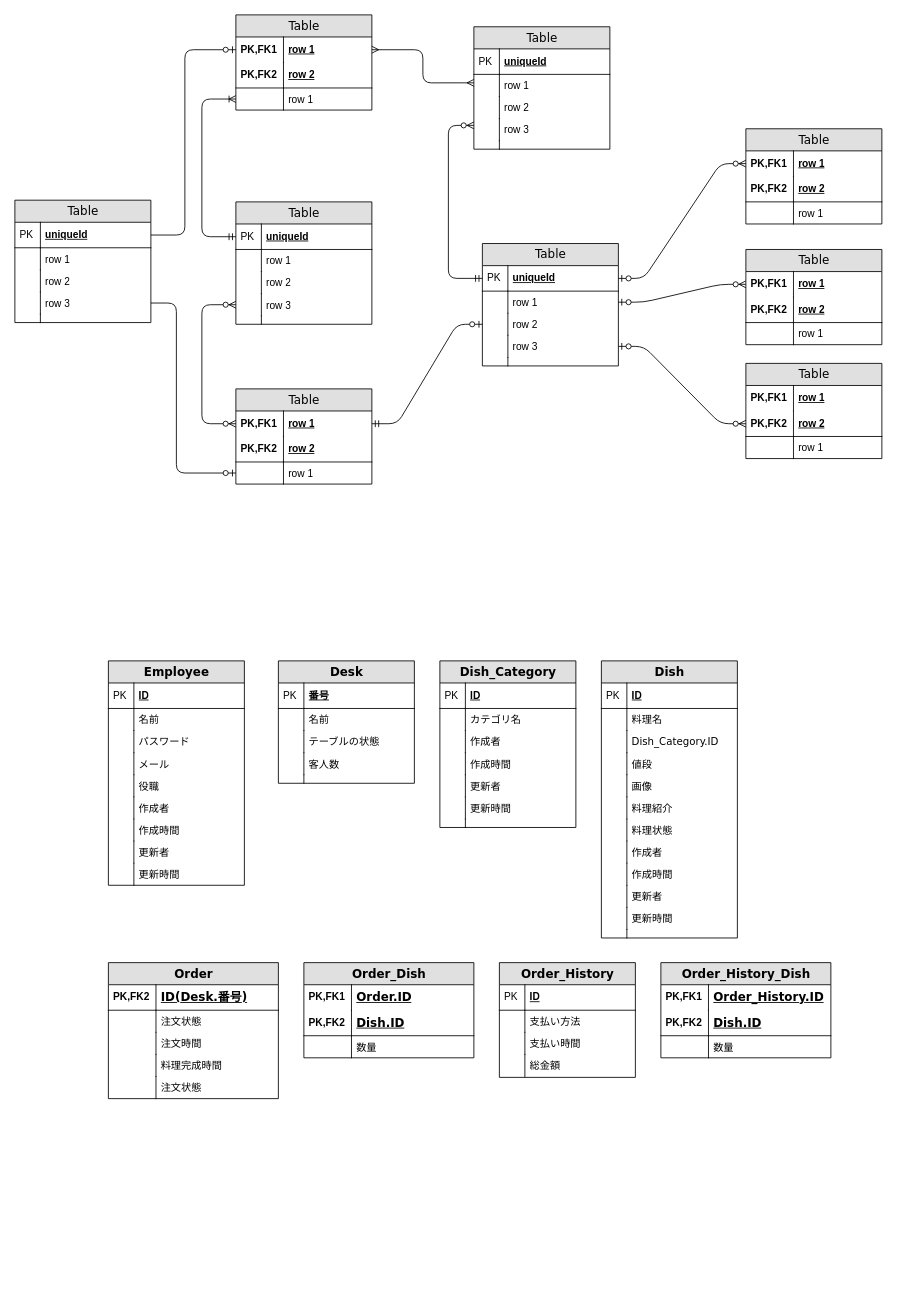
Earlier version of the draw.io diagram 就職作品/データベース設計.drawio (aggujhh/my_draws). Source tidied: cells renumbered, new cells numbered last; positions are measured from the earlier drawing's top-left corner, leaving out a move shared by most shapes. Both pictures are drawn from the tidied source at 85%, with x=0, y=0 at pixel (14, 14).
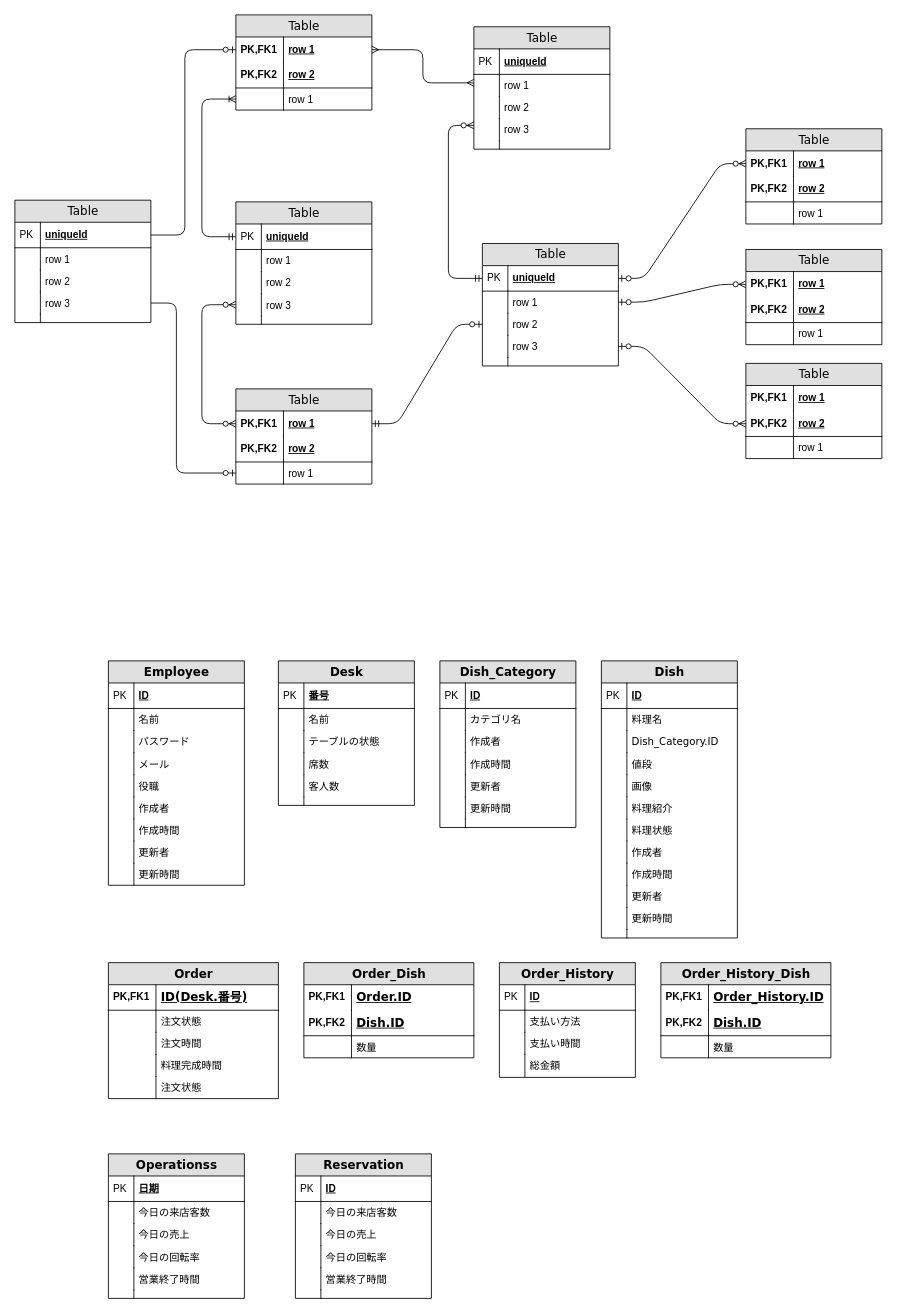
The same diagram, later.

Commit message (it also covers changes not shown here):
更新データベース設計.drawio

The change refers to these unchanged cells:
```xml
<mxCell id="169" value="&lt;b style=&quot;text-wrap-mode: nowrap; font-family: Verdana; font-size: 14px; text-align: center;&quot;&gt;ID(&lt;/b&gt;&lt;b style=&quot;text-wrap-mode: nowrap; font-family: Verdana; font-size: 14px; text-align: center;&quot;&gt;Desk.番号&lt;/b&gt;&lt;b style=&quot;text-wrap-mode: nowrap; font-family: Verdana; font-size: 14px; text-align: center;&quot;&gt;)&lt;/b&gt;" style="shape=partialRectangle;top=0;left=0;right=0;bottom=1;html=1;align=left;verticalAlign=middle;fillColor=none;spacingLeft=60;spacingRight=4;whiteSpace=wrap;overflow=hidden;fontStyle=5;strokeColor=default;" parent="168" vertex="1">
  <mxGeometry y="26" width="200" height="30" as="geometry" />
</mxCell>
```

The edit, as a diff of the source:
```diff
@@
     <mxCell id="110" value="&lt;b&gt;Desk&lt;/b&gt;" style="swimlane;html=1;fontStyle=0;horizontal=1;startSize=26;fillColor=#e0e0e0;swimlaneFillColor=#ffffff;align=center;rounded=0;shadow=0;comic=0;labelBackgroundColor=none;strokeWidth=1;fontFamily=Verdana;fontSize=14;" parent="1" vertex="1">
-      <mxGeometry x="310" y="760" width="160" height="144" as="geometry" />
+      <mxGeometry x="310" y="760" width="160" height="170" as="geometry" />
     </mxCell>
@@
+    <mxCell id="195" value="席数" style="shape=partialRectangle;top=0;left=0;right=0;bottom=0;html=1;align=left;verticalAlign=top;fillColor=none;spacingLeft=34;spacingRight=4;whiteSpace=wrap;overflow=hidden;" parent="110" vertex="1">
+      <mxGeometry y="108" width="160" height="26" as="geometry" />
+    </mxCell>
+    <mxCell id="196" style="shape=partialRectangle;top=0;left=0;bottom=0;html=1;fillColor=none;align=left;verticalAlign=top;spacingLeft=4;spacingRight=4;whiteSpace=wrap;overflow=hidden;" parent="195" vertex="1">
+      <mxGeometry width="30" height="26" as="geometry" />
+    </mxCell>
     <mxCell id="117" value="客人数" style="shape=partialRectangle;top=0;left=0;right=0;bottom=0;html=1;align=left;verticalAlign=top;fillColor=none;spacingLeft=34;spacingRight=4;whiteSpace=wrap;overflow=hidden;" parent="110" vertex="1">
-      <mxGeometry y="108" width="160" height="26" as="geometry" />
+      <mxGeometry y="134" width="160" height="26" as="geometry" />
     </mxCell>
@@
     <mxCell id="119" style="shape=partialRectangle;top=0;left=0;right=0;bottom=0;html=1;align=left;verticalAlign=top;fillColor=none;spacingLeft=34;spacingRight=4;whiteSpace=wrap;overflow=hidden;" parent="110" vertex="1">
-      <mxGeometry y="134" width="160" height="10" as="geometry" />
+      <mxGeometry y="160" width="160" height="10" as="geometry" />
     </mxCell>
@@
-    <mxCell id="170" value="PK,FK2" style="shape=partialRectangle;fontStyle=1;top=0;left=0;bottom=0;html=1;fillColor=none;align=left;verticalAlign=middle;spacingLeft=4;spacingRight=4;whiteSpace=wrap;overflow=hidden;" parent="169" vertex="1">
+    <mxCell id="170" value="PK,FK1" style="shape=partialRectangle;fontStyle=1;top=0;left=0;bottom=0;html=1;fillColor=none;align=left;verticalAlign=middle;spacingLeft=4;spacingRight=4;whiteSpace=wrap;overflow=hidden;" parent="169" vertex="1">
       <mxGeometry width="56" height="30" as="geometry" />
     </mxCell>
@@
+    <mxCell id="197" value="&lt;b&gt;Operationss&lt;/b&gt;" style="swimlane;html=1;fontStyle=0;horizontal=1;startSize=26;fillColor=#e0e0e0;swimlaneFillColor=#ffffff;align=center;rounded=0;shadow=0;comic=0;labelBackgroundColor=none;strokeWidth=1;fontFamily=Verdana;fontSize=14;" parent="1" vertex="1">
+      <mxGeometry x="110" y="1340" width="160" height="170" as="geometry" />
+    </mxCell>
+    <mxCell id="198" value="日期" style="shape=partialRectangle;top=0;left=0;right=0;bottom=1;html=1;align=left;verticalAlign=middle;fillColor=none;spacingLeft=34;spacingRight=4;whiteSpace=wrap;overflow=hidden;fontStyle=5;" parent="197" vertex="1">
+      <mxGeometry y="26" width="160" height="30" as="geometry" />
+    </mxCell>
+    <mxCell id="199" value="PK" style="shape=partialRectangle;top=0;left=0;bottom=0;html=1;fillColor=none;align=left;verticalAlign=middle;spacingLeft=4;spacingRight=4;whiteSpace=wrap;overflow=hidden;" parent="198" vertex="1">
+      <mxGeometry width="30" height="30" as="geometry" />
+    </mxCell>
+    <mxCell id="200" value="&lt;span&gt;&lt;/span&gt;&lt;span&gt;&lt;/span&gt;&lt;span style=&quot;white-space-collapse: preserve;&quot;&gt;今日の来店客数&lt;/span&gt;" style="shape=partialRectangle;top=0;left=0;right=0;bottom=0;html=1;align=left;verticalAlign=top;fillColor=none;spacingLeft=34;spacingRight=4;whiteSpace=wrap;overflow=hidden;" parent="197" vertex="1">
+      <mxGeometry y="56" width="160" height="26" as="geometry" />
+    </mxCell>
+    <mxCell id="201" style="shape=partialRectangle;top=0;left=0;bottom=0;html=1;fillColor=none;align=left;verticalAlign=top;spacingLeft=4;spacingRight=4;whiteSpace=wrap;overflow=hidden;" parent="200" vertex="1">
+      <mxGeometry width="30" height="26" as="geometry" />
+    </mxCell>
+    <mxCell id="202" value="&lt;span&gt;&lt;/span&gt;&lt;span&gt;&lt;/span&gt;&lt;span style=&quot;white-space-collapse: preserve;&quot;&gt;今日の売上&lt;/span&gt;" style="shape=partialRectangle;top=0;left=0;right=0;bottom=0;html=1;align=left;verticalAlign=top;fillColor=none;spacingLeft=34;spacingRight=4;whiteSpace=wrap;overflow=hidden;" parent="197" vertex="1">
+      <mxGeometry y="82" width="160" height="26" as="geometry" />
+    </mxCell>
+    <mxCell id="203" style="shape=partialRectangle;top=0;left=0;bottom=0;html=1;fillColor=none;align=left;verticalAlign=top;spacingLeft=4;spacingRight=4;whiteSpace=wrap;overflow=hidden;" parent="202" vertex="1">
+      <mxGeometry width="30" height="26" as="geometry" />
+    </mxCell>
+    <mxCell id="204" value="&lt;span&gt;&lt;/span&gt;&lt;span&gt;&lt;/span&gt;&lt;span style=&quot;white-space-collapse: preserve;&quot;&gt;今日の回転率&lt;/span&gt;" style="shape=partialRectangle;top=0;left=0;right=0;bottom=0;html=1;align=left;verticalAlign=top;fillColor=none;spacingLeft=34;spacingRight=4;whiteSpace=wrap;overflow=hidden;" parent="197" vertex="1">
+      <mxGeometry y="108" width="160" height="26" as="geometry" />
+    </mxCell>
+    <mxCell id="205" style="shape=partialRectangle;top=0;left=0;bottom=0;html=1;fillColor=none;align=left;verticalAlign=top;spacingLeft=4;spacingRight=4;whiteSpace=wrap;overflow=hidden;" parent="204" vertex="1">
+      <mxGeometry width="30" height="26" as="geometry" />
+    </mxCell>
+    <mxCell id="206" value="&lt;span&gt;&lt;/span&gt;&lt;span&gt;&lt;/span&gt;&lt;span&gt;&lt;/span&gt;&lt;span style=&quot;white-space-collapse: preserve;&quot;&gt;営業終了時間&lt;/span&gt;" style="shape=partialRectangle;top=0;left=0;right=0;bottom=0;html=1;align=left;verticalAlign=top;fillColor=none;spacingLeft=34;spacingRight=4;whiteSpace=wrap;overflow=hidden;" parent="197" vertex="1">
+      <mxGeometry y="134" width="160" height="26" as="geometry" />
+    </mxCell>
+    <mxCell id="207" style="shape=partialRectangle;top=0;left=0;bottom=0;html=1;fillColor=none;align=left;verticalAlign=top;spacingLeft=4;spacingRight=4;whiteSpace=wrap;overflow=hidden;" parent="206" vertex="1">
+      <mxGeometry width="30" height="26" as="geometry" />
+    </mxCell>
+    <mxCell id="208" style="shape=partialRectangle;top=0;left=0;right=0;bottom=0;html=1;align=left;verticalAlign=top;fillColor=none;spacingLeft=34;spacingRight=4;whiteSpace=wrap;overflow=hidden;" parent="197" vertex="1">
+      <mxGeometry y="160" width="160" height="10" as="geometry" />
+    </mxCell>
+    <mxCell id="209" style="shape=partialRectangle;top=0;left=0;bottom=0;html=1;fillColor=none;align=left;verticalAlign=top;spacingLeft=4;spacingRight=4;whiteSpace=wrap;overflow=hidden;" parent="208" vertex="1">
+      <mxGeometry width="30" height="10" as="geometry" />
+    </mxCell>
+    <mxCell id="210" value="&lt;b&gt;Reservation&lt;/b&gt;" style="swimlane;html=1;fontStyle=0;horizontal=1;startSize=26;fillColor=#e0e0e0;swimlaneFillColor=#ffffff;align=center;rounded=0;shadow=0;comic=0;labelBackgroundColor=none;strokeWidth=1;fontFamily=Verdana;fontSize=14;" parent="1" vertex="1">
+      <mxGeometry x="330" y="1340" width="160" height="170" as="geometry" />
+    </mxCell>
+    <mxCell id="211" value="ID" style="shape=partialRectangle;top=0;left=0;right=0;bottom=1;html=1;align=left;verticalAlign=middle;fillColor=none;spacingLeft=34;spacingRight=4;whiteSpace=wrap;overflow=hidden;fontStyle=5;" parent="210" vertex="1">
+      <mxGeometry y="26" width="160" height="30" as="geometry" />
+    </mxCell>
+    <mxCell id="212" value="PK" style="shape=partialRectangle;top=0;left=0;bottom=0;html=1;fillColor=none;align=left;verticalAlign=middle;spacingLeft=4;spacingRight=4;whiteSpace=wrap;overflow=hidden;" parent="211" vertex="1">
+      <mxGeometry width="30" height="30" as="geometry" />
+    </mxCell>
+    <mxCell id="213" value="&lt;span&gt;&lt;/span&gt;&lt;span&gt;&lt;/span&gt;&lt;span style=&quot;white-space-collapse: preserve;&quot;&gt;今日の来店客数&lt;/span&gt;" style="shape=partialRectangle;top=0;left=0;right=0;bottom=0;html=1;align=left;verticalAlign=top;fillColor=none;spacingLeft=34;spacingRight=4;whiteSpace=wrap;overflow=hidden;" parent="210" vertex="1">
+      <mxGeometry y="56" width="160" height="26" as="geometry" />
+    </mxCell>
+    <mxCell id="214" style="shape=partialRectangle;top=0;left=0;bottom=0;html=1;fillColor=none;align=left;verticalAlign=top;spacingLeft=4;spacingRight=4;whiteSpace=wrap;overflow=hidden;" parent="213" vertex="1">
+      <mxGeometry width="30" height="26" as="geometry" />
+    </mxCell>
+    <mxCell id="215" value="&lt;span&gt;&lt;/span&gt;&lt;span&gt;&lt;/span&gt;&lt;span style=&quot;white-space-collapse: preserve;&quot;&gt;今日の売上&lt;/span&gt;" style="shape=partialRectangle;top=0;left=0;right=0;bottom=0;html=1;align=left;verticalAlign=top;fillColor=none;spacingLeft=34;spacingRight=4;whiteSpace=wrap;overflow=hidden;" parent="210" vertex="1">
+      <mxGeometry y="82" width="160" height="26" as="geometry" />
+    </mxCell>
+    <mxCell id="216" style="shape=partialRectangle;top=0;left=0;bottom=0;html=1;fillColor=none;align=left;verticalAlign=top;spacingLeft=4;spacingRight=4;whiteSpace=wrap;overflow=hidden;" parent="215" vertex="1">
+      <mxGeometry width="30" height="26" as="geometry" />
+    </mxCell>
+    <mxCell id="217" value="&lt;span&gt;&lt;/span&gt;&lt;span&gt;&lt;/span&gt;&lt;span style=&quot;white-space-collapse: preserve;&quot;&gt;今日の回転率&lt;/span&gt;" style="shape=partialRectangle;top=0;left=0;right=0;bottom=0;html=1;align=left;verticalAlign=top;fillColor=none;spacingLeft=34;spacingRight=4;whiteSpace=wrap;overflow=hidden;" parent="210" vertex="1">
+      <mxGeometry y="108" width="160" height="26" as="geometry" />
+    </mxCell>
+    <mxCell id="218" style="shape=partialRectangle;top=0;left=0;bottom=0;html=1;fillColor=none;align=left;verticalAlign=top;spacingLeft=4;spacingRight=4;whiteSpace=wrap;overflow=hidden;" parent="217" vertex="1">
+      <mxGeometry width="30" height="26" as="geometry" />
+    </mxCell>
+    <mxCell id="219" value="&lt;span&gt;&lt;/span&gt;&lt;span&gt;&lt;/span&gt;&lt;span&gt;&lt;/span&gt;&lt;span style=&quot;white-space-collapse: preserve;&quot;&gt;営業終了時間&lt;/span&gt;" style="shape=partialRectangle;top=0;left=0;right=0;bottom=0;html=1;align=left;verticalAlign=top;fillColor=none;spacingLeft=34;spacingRight=4;whiteSpace=wrap;overflow=hidden;" parent="210" vertex="1">
+      <mxGeometry y="134" width="160" height="26" as="geometry" />
+    </mxCell>
+    <mxCell id="220" style="shape=partialRectangle;top=0;left=0;bottom=0;html=1;fillColor=none;align=left;verticalAlign=top;spacingLeft=4;spacingRight=4;whiteSpace=wrap;overflow=hidden;" parent="219" vertex="1">
+      <mxGeometry width="30" height="26" as="geometry" />
+    </mxCell>
+    <mxCell id="221" style="shape=partialRectangle;top=0;left=0;right=0;bottom=0;html=1;align=left;verticalAlign=top;fillColor=none;spacingLeft=34;spacingRight=4;whiteSpace=wrap;overflow=hidden;" parent="210" vertex="1">
+      <mxGeometry y="160" width="160" height="10" as="geometry" />
+    </mxCell>
+    <mxCell id="222" style="shape=partialRectangle;top=0;left=0;bottom=0;html=1;fillColor=none;align=left;verticalAlign=top;spacingLeft=4;spacingRight=4;whiteSpace=wrap;overflow=hidden;" parent="221" vertex="1">
+      <mxGeometry width="30" height="10" as="geometry" />
+    </mxCell>
```
